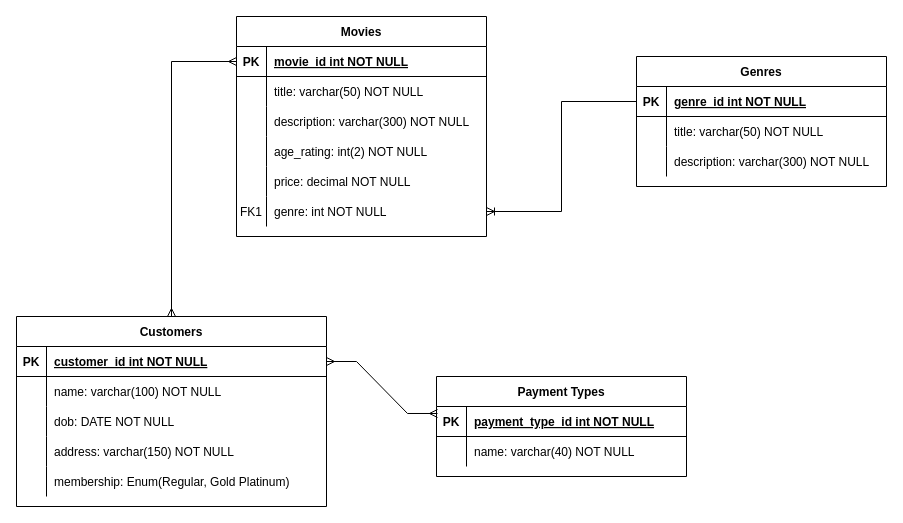
The draw.io diagram movie_rental_v1.drawio in finn-nankivell2/databases-ca-1, before the edit. Source tidied: cells renumbered, new cells numbered last; positions are measured from the earlier drawing's top-left corner, leaving out a move shared by most shapes. Both pictures are drawn from the tidied source at 100%, with x=0, y=0 at pixel (16, 16).
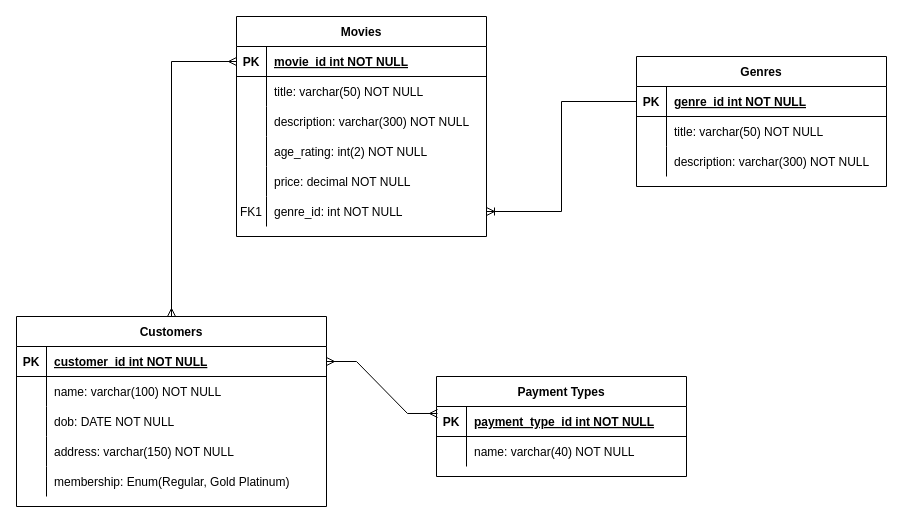
After the change.

The change refers to these unchanged cells:
```xml
<mxCell id="18" style="shape=partialRectangle;fillColor=none;points=[[0,0.5],[1,0.5]];portConstraint=eastwest;top=0;left=0;right=0;bottom=0;" parent="2" vertex="1">
  <mxGeometry y="180" width="250" height="30" as="geometry" />
</mxCell>
```

What changed in the source:
```diff
@@
-    <mxCell id="20" value="genre: int NOT NULL" style="shape=partialRectangle;overflow=hidden;fillColor=none;top=0;left=0;bottom=0;right=0;align=left;spacingLeft=6;" parent="18" vertex="1">
+    <mxCell id="20" value="genre_id: int NOT NULL" style="shape=partialRectangle;overflow=hidden;fillColor=none;top=0;left=0;bottom=0;right=0;align=left;spacingLeft=6;" parent="18" vertex="1">
       <mxGeometry x="30" width="220" height="30" as="geometry" />
     </mxCell>
```
